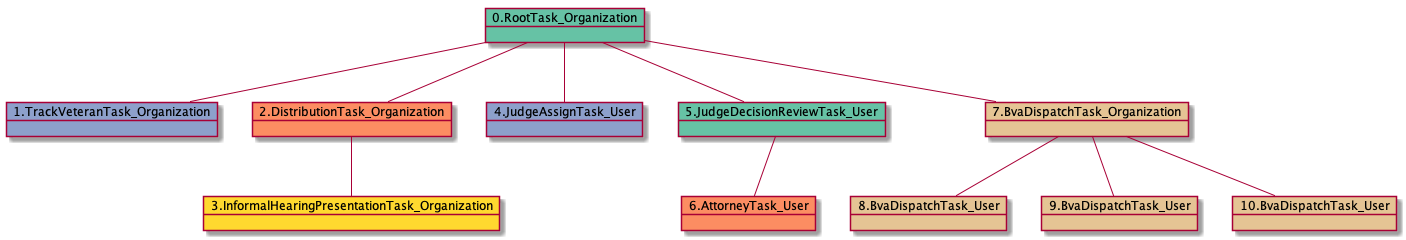
Above: docs-DR/uml/RTO-34538.png in yoomlam/graphing (PlantUML), before the change. Its diagram source:
```plantuml
@startuml
object 0.RootTask_Organization #66c2a5
object 1.TrackVeteranTask_Organization #8da0cb
object 2.DistributionTask_Organization #fc8d62
object 3.InformalHearingPresentationTask_Organization #ffd92f
object 4.JudgeAssignTask_User #8da0cb
object 5.JudgeDecisionReviewTask_User #66c2a5
object 6.AttorneyTask_User #fc8d62
object 7.BvaDispatchTask_Organization #e5c494
object 8.BvaDispatchTask_User #e5c494
object 9.BvaDispatchTask_User #e5c494
object 10.BvaDispatchTask_User #e5c494
0.RootTask_Organization -- 1.TrackVeteranTask_Organization
0.RootTask_Organization -- 2.DistributionTask_Organization
2.DistributionTask_Organization -- 3.InformalHearingPresentationTask_Organization
0.RootTask_Organization -- 4.JudgeAssignTask_User
0.RootTask_Organization -- 5.JudgeDecisionReviewTask_User
5.JudgeDecisionReviewTask_User -- 6.AttorneyTask_User
0.RootTask_Organization -- 7.BvaDispatchTask_Organization
7.BvaDispatchTask_Organization -- 8.BvaDispatchTask_User
7.BvaDispatchTask_Organization -- 9.BvaDispatchTask_User
7.BvaDispatchTask_Organization -- 10.BvaDispatchTask_User
@enduml
```
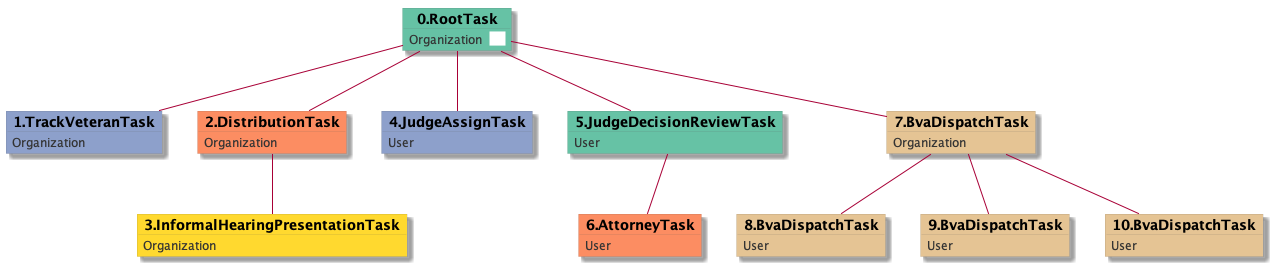
Above is the later version.

The edit, as a diff of the source:
```diff
@@ -1,23 +1,53 @@
 @startuml
-object 0.RootTask_Organization #66c2a5
-object 1.TrackVeteranTask_Organization #8da0cb
-object 2.DistributionTask_Organization #fc8d62
-object 3.InformalHearingPresentationTask_Organization #ffd92f
-object 4.JudgeAssignTask_User #8da0cb
-object 5.JudgeDecisionReviewTask_User #66c2a5
-object 6.AttorneyTask_User #fc8d62
-object 7.BvaDispatchTask_Organization #e5c494
-object 8.BvaDispatchTask_User #e5c494
-object 9.BvaDispatchTask_User #e5c494
-object 10.BvaDispatchTask_User #e5c494
-0.RootTask_Organization -- 1.TrackVeteranTask_Organization
-0.RootTask_Organization -- 2.DistributionTask_Organization
-2.DistributionTask_Organization -- 3.InformalHearingPresentationTask_Organization
-0.RootTask_Organization -- 4.JudgeAssignTask_User
-0.RootTask_Organization -- 5.JudgeDecisionReviewTask_User
-5.JudgeDecisionReviewTask_User -- 6.AttorneyTask_User
-0.RootTask_Organization -- 7.BvaDispatchTask_Organization
-7.BvaDispatchTask_Organization -- 8.BvaDispatchTask_User
-7.BvaDispatchTask_Organization -- 9.BvaDispatchTask_User
-7.BvaDispatchTask_Organization -- 10.BvaDispatchTask_User
+skinparam {
+  ObjectBorderColor #555
+  ObjectBorderThickness 0
+  ObjectFontStyle bold
+  ObjectFontSize 14
+  ObjectAttributeFontColor #333
+  ObjectAttributeFontSize 12
+}
+  object 0.RootTask #66c2a5 {
+Organization  <back:white>    </back>
+}
+  object 1.TrackVeteranTask #8da0cb {
+Organization
+}
+  object 2.DistributionTask #fc8d62 {
+Organization
+}
+  object 3.InformalHearingPresentationTask #ffd92f {
+Organization
+}
+  object 4.JudgeAssignTask #8da0cb {
+User
+}
+  object 5.JudgeDecisionReviewTask #66c2a5 {
+User
+}
+  object 6.AttorneyTask #fc8d62 {
+User
+}
+  object 7.BvaDispatchTask #e5c494 {
+Organization
+}
+  object 8.BvaDispatchTask #e5c494 {
+User
+}
+  object 9.BvaDispatchTask #e5c494 {
+User
+}
+  object 10.BvaDispatchTask #e5c494 {
+User
+}
+0.RootTask -- 1.TrackVeteranTask
+0.RootTask -- 2.DistributionTask
+2.DistributionTask -- 3.InformalHearingPresentationTask
+0.RootTask -- 4.JudgeAssignTask
+0.RootTask -- 5.JudgeDecisionReviewTask
+5.JudgeDecisionReviewTask -- 6.AttorneyTask
+0.RootTask -- 7.BvaDispatchTask
+7.BvaDispatchTask -- 8.BvaDispatchTask
+7.BvaDispatchTask -- 9.BvaDispatchTask
+7.BvaDispatchTask -- 10.BvaDispatchTask
 @enduml
```
